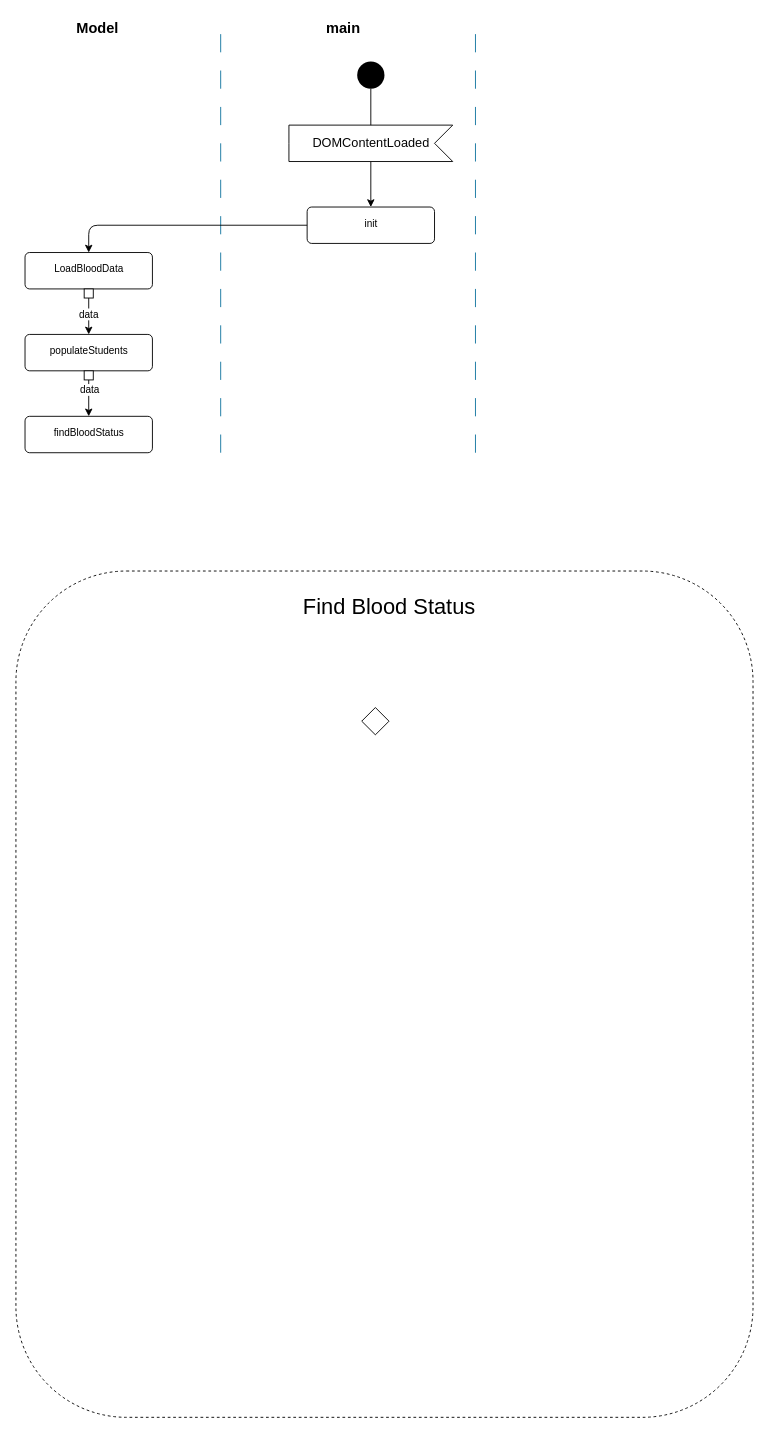
Zagoman/hacked-hogwarts keeps this draw.io diagram as diagrams/blood_status.drawio. Above is the earlier version. Source tidied: cells renumbered, new cells numbered last; positions are measured from the earlier drawing's top-left corner, leaving out a move shared by most shapes. Both pictures are drawn from the tidied source at 91%, with x=0, y=0 at pixel (15, 15).
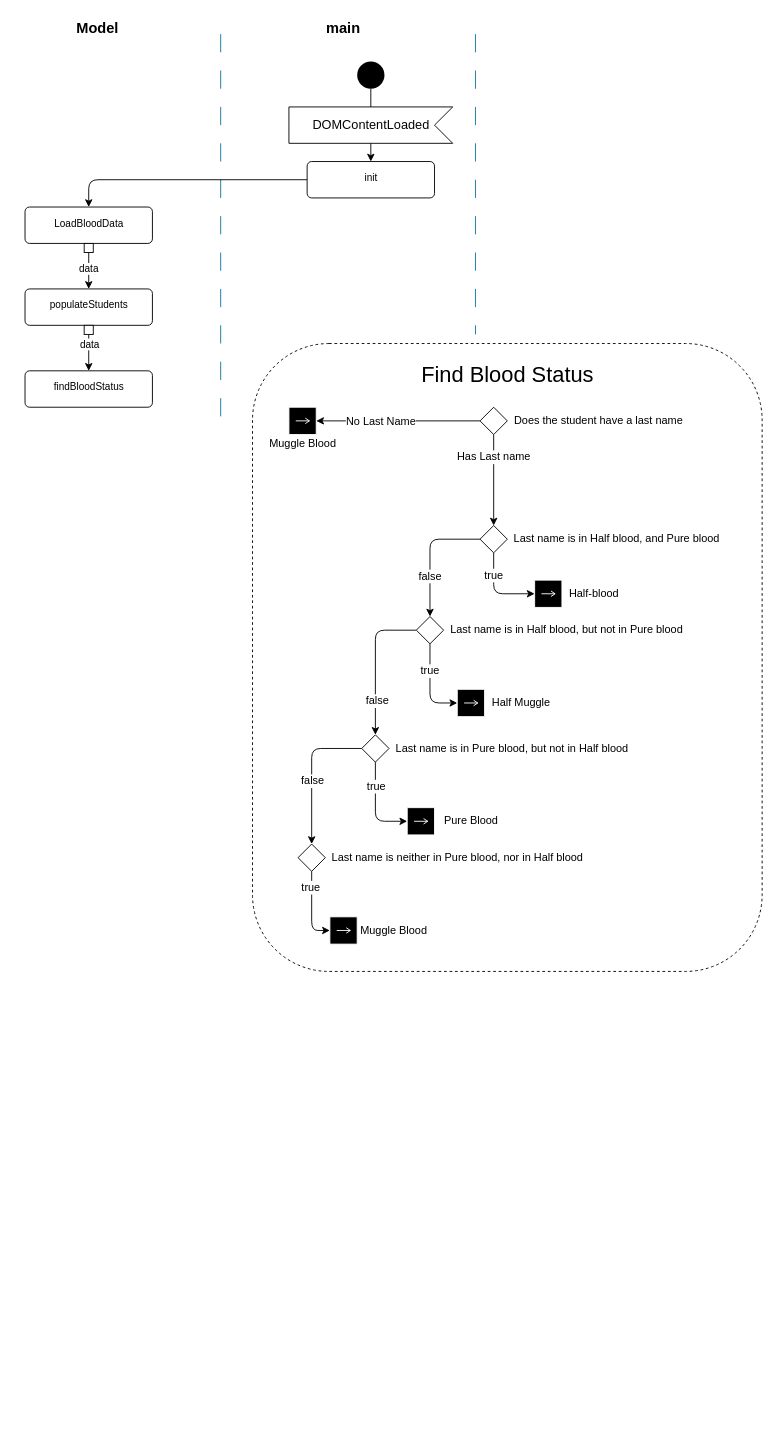
The same diagram, later.

Commit message (it also covers changes not shown here):
eliminate console logs

Diff of the diagram source:
```diff
@@
     <mxCell id="4" style="line;strokeWidth=1;direction=south;html=1;dashed=1;dashPattern=20 20;fillColor=#b1ddf0;strokeColor=#10739e;" parent="1" vertex="1">
-      <mxGeometry x="220" y="20" width="10" height="480" as="geometry" />
+      <mxGeometry x="220" y="20" width="10" height="430" as="geometry" />
     </mxCell>
@@
     <mxCell id="7" style="line;strokeWidth=1;direction=south;html=1;dashed=1;dashPattern=20 20;fillColor=#b1ddf0;strokeColor=#10739e;" parent="1" vertex="1">
-      <mxGeometry x="500" y="20" width="10" height="460" as="geometry" />
+      <mxGeometry x="500" y="20" width="10" height="330" as="geometry" />
     </mxCell>
     <mxCell id="8" value="&lt;font style=&quot;font-size: 11px&quot;&gt;init&lt;/font&gt;" style="html=1;align=center;verticalAlign=top;rounded=1;absoluteArcSize=1;arcSize=10;dashed=0;fontSize=16;" parent="1" vertex="1">
-      <mxGeometry x="320" y="210" width="140" height="40" as="geometry" />
+      <mxGeometry x="320" y="160" width="140" height="40" as="geometry" />
     </mxCell>
@@
     <mxCell id="11" value="&lt;font style=&quot;font-size: 11px&quot;&gt;LoadBloodData&lt;/font&gt;" style="html=1;align=center;verticalAlign=top;rounded=1;absoluteArcSize=1;arcSize=10;dashed=0;fontSize=16;" parent="1" vertex="1">
-      <mxGeometry x="10" y="260" width="140" height="40" as="geometry" />
+      <mxGeometry x="10" y="210" width="140" height="40" as="geometry" />
     </mxCell>
     <mxCell id="12" style="edgeStyle=none;html=1;entryX=0.5;entryY=0;entryDx=0;entryDy=0;fontSize=16;" parent="1" edge="1" source="8" target="11">
       <mxGeometry relative="1" as="geometry">
         <Array as="points">
-          <mxPoint x="80" y="230" />
+          <mxPoint x="80" y="180" />
         </Array>
       </mxGeometry>
     </mxCell>
@@
     <mxCell id="15" value="&lt;font style=&quot;font-size: 11px&quot;&gt;populateStudents&lt;/font&gt;" style="html=1;align=center;verticalAlign=top;rounded=1;absoluteArcSize=1;arcSize=10;dashed=0;fontSize=16;" parent="1" vertex="1">
-      <mxGeometry x="10" y="350" width="140" height="40" as="geometry" />
+      <mxGeometry x="10" y="300" width="140" height="40" as="geometry" />
     </mxCell>
     <mxCell id="16" value="DOMContentLoaded" style="html=1;shape=mxgraph.infographic.ribbonSimple;notch1=20;notch2=0;align=center;verticalAlign=middle;fontSize=14;fontStyle=0;flipH=1;fillColor=#FFFFFF;fontColor=#050505;" parent="1" vertex="1">
-      <mxGeometry x="300" y="120" width="180" height="40" as="geometry" />
+      <mxGeometry x="300" y="100" width="180" height="40" as="geometry" />
     </mxCell>
@@
     <mxCell id="18" value="&lt;font style=&quot;font-size: 11px&quot;&gt;findBloodStatus&lt;/font&gt;" style="html=1;align=center;verticalAlign=top;rounded=1;absoluteArcSize=1;arcSize=10;dashed=0;fontSize=16;" parent="1" vertex="1">
-      <mxGeometry x="10" y="440" width="140" height="40" as="geometry" />
+      <mxGeometry x="10" y="390" width="140" height="40" as="geometry" />
     </mxCell>
     <mxCell id="19" style="fillColor=#ffffff;strokeColor=#000000;fontSize=11;" parent="1" vertex="1">
-      <mxGeometry x="75" y="300" width="10" height="10" as="geometry" />
+      <mxGeometry x="75" y="250" width="10" height="10" as="geometry" />
     </mxCell>
@@
     <mxCell id="21" style="fillColor=#ffffff;strokeColor=#000000;fontSize=11;" parent="1" vertex="1">
-      <mxGeometry x="75" y="390" width="10" height="10" as="geometry" />
+      <mxGeometry x="75" y="340" width="10" height="10" as="geometry" />
     </mxCell>
@@
     <mxCell id="23" style="whiteSpace=wrap;html=1;dashed=1;fillColor=none;rounded=1;glass=0;" parent="1" vertex="1">
-      <mxGeometry y="610" width="810" height="930" as="geometry" />
+      <mxGeometry x="260" y="360" width="560" height="690" as="geometry" />
     </mxCell>
     <mxCell id="24" value="Find Blood Status" style="text;html=1;align=center;verticalAlign=middle;strokeColor=none;fillColor=none;fontSize=24;" parent="1" vertex="1">
-      <mxGeometry x="310" y="635" width="200" height="30" as="geometry" />
+      <mxGeometry x="440" y="380" width="200" height="30" as="geometry" />
     </mxCell>
+    <mxCell id="26" style="edgeStyle=none;html=1;fontSize=24;entryX=0.5;entryY=0;entryDx=0;entryDy=0;" parent="1" edge="1" source="25" target="36">
+      <mxGeometry relative="1" as="geometry" />
+    </mxCell>
+    <mxCell id="27" value="Has Last name" style="edgeLabel;html=1;align=center;verticalAlign=middle;fontSize=12;" parent="26" vertex="1">
+      <mxGeometry x="-0.53" y="-1" relative="1" as="geometry" />
+    </mxCell>
+    <mxCell id="28" style="edgeStyle=none;html=1;fontSize=12;entryX=1;entryY=0.5;entryDx=0;entryDy=0;" parent="1" edge="1" source="25" target="30">
+      <mxGeometry relative="1" as="geometry" />
+    </mxCell>
+    <mxCell id="29" value="No Last Name" style="edgeLabel;html=1;align=center;verticalAlign=middle;fontSize=12;" parent="28" vertex="1">
+      <mxGeometry x="0.62" relative="1" as="geometry">
+        <mxPoint x="36" as="offset" />
+      </mxGeometry>
+    </mxCell>
     <mxCell id="25" style="rhombus;rounded=0;glass=0;fontSize=24;fillColor=default;" parent="1" vertex="1">
-      <mxGeometry x="380" y="760" width="30" height="30" as="geometry" />
+      <mxGeometry x="510" y="430" width="30" height="30" as="geometry" />
     </mxCell>
+    <mxCell id="30" style="shape=mxgraph.uml25.inputPin;html=1;points=[[0,0.5],[1,0.5]];strokeColor=#ffffff;fillColor=#000000;flipH=1;rounded=0;glass=0;fontSize=12;" parent="1" vertex="1">
+      <mxGeometry x="300" y="430" width="30" height="30" as="geometry" />
+    </mxCell>
+    <mxCell id="31" value="Muggle Blood" style="text;html=1;align=center;verticalAlign=middle;strokeColor=none;fillColor=none;fontSize=12;" parent="1" vertex="1">
+      <mxGeometry x="270" y="460" width="90" height="20" as="geometry" />
+    </mxCell>
+    <mxCell id="32" style="edgeStyle=none;html=1;exitX=0.5;exitY=1;exitDx=0;exitDy=0;fontSize=12;entryX=0;entryY=0.5;entryDx=0;entryDy=0;" parent="1" edge="1" source="36" target="39">
+      <mxGeometry relative="1" as="geometry">
+        <Array as="points">
+          <mxPoint x="525" y="635" />
+        </Array>
+      </mxGeometry>
+    </mxCell>
+    <mxCell id="33" value="true" style="edgeLabel;html=1;align=center;verticalAlign=middle;fontSize=12;" parent="32" vertex="1">
+      <mxGeometry x="-0.46" y="-1" relative="1" as="geometry" />
+    </mxCell>
+    <mxCell id="34" style="edgeStyle=none;html=1;entryX=0.5;entryY=0;entryDx=0;entryDy=0;fontSize=12;" parent="1" edge="1" source="36" target="44">
+      <mxGeometry relative="1" as="geometry">
+        <Array as="points">
+          <mxPoint x="455" y="575" />
+        </Array>
+      </mxGeometry>
+    </mxCell>
+    <mxCell id="35" value="false" style="edgeLabel;html=1;align=center;verticalAlign=middle;fontSize=12;" parent="34" vertex="1">
+      <mxGeometry x="0.35" y="-1" relative="1" as="geometry" />
+    </mxCell>
+    <mxCell id="36" style="rhombus;rounded=0;glass=0;fontSize=12;fillColor=default;" parent="1" vertex="1">
+      <mxGeometry x="510" y="560" width="30" height="30" as="geometry" />
+    </mxCell>
+    <mxCell id="37" value="Does the student have a last name" style="text;html=1;align=center;verticalAlign=middle;strokeColor=none;fillColor=none;fontSize=12;" parent="1" vertex="1">
+      <mxGeometry x="540" y="435" width="200" height="20" as="geometry" />
+    </mxCell>
+    <mxCell id="38" value="Last name is in Half blood, and Pure blood" style="text;html=1;align=center;verticalAlign=middle;strokeColor=none;fillColor=none;fontSize=12;" parent="1" vertex="1">
+      <mxGeometry x="540" y="565" width="240" height="20" as="geometry" />
+    </mxCell>
+    <mxCell id="39" style="shape=mxgraph.uml25.inputPin;html=1;points=[[0,0.5],[1,0.5]];strokeColor=#ffffff;fillColor=#000000;flipH=1;rounded=0;glass=0;fontSize=12;" parent="1" vertex="1">
+      <mxGeometry x="570" y="620" width="30" height="30" as="geometry" />
+    </mxCell>
+    <mxCell id="40" value="Half-blood" style="text;html=1;align=center;verticalAlign=middle;strokeColor=none;fillColor=none;fontSize=12;" parent="1" vertex="1">
+      <mxGeometry x="600" y="625" width="70" height="20" as="geometry" />
+    </mxCell>
+    <mxCell id="41" value="true" style="edgeStyle=none;html=1;entryX=0;entryY=0.5;entryDx=0;entryDy=0;fontSize=12;" parent="1" edge="1" source="44" target="46">
+      <mxGeometry x="-0.37" relative="1" as="geometry">
+        <Array as="points">
+          <mxPoint x="455" y="755" />
+        </Array>
+      </mxGeometry>
+    </mxCell>
+    <mxCell id="42" style="edgeStyle=none;html=1;entryX=0.5;entryY=0;entryDx=0;entryDy=0;fontSize=12;" parent="1" edge="1" source="44" target="52">
+      <mxGeometry relative="1" as="geometry">
+        <Array as="points">
+          <mxPoint x="395" y="675" />
+        </Array>
+      </mxGeometry>
+    </mxCell>
+    <mxCell id="43" value="false" style="edgeLabel;html=1;align=center;verticalAlign=middle;fontSize=12;" parent="42" vertex="1">
+      <mxGeometry x="0.52" y="1" relative="1" as="geometry" />
+    </mxCell>
+    <mxCell id="44" style="rhombus;rounded=0;glass=0;fontSize=12;fillColor=default;" parent="1" vertex="1">
+      <mxGeometry x="440" y="660" width="30" height="30" as="geometry" />
+    </mxCell>
+    <mxCell id="45" value="Last name is in Half blood, but not in Pure blood" style="text;html=1;align=center;verticalAlign=middle;strokeColor=none;fillColor=none;fontSize=12;" parent="1" vertex="1">
+      <mxGeometry x="470" y="665" width="270" height="20" as="geometry" />
+    </mxCell>
+    <mxCell id="46" style="shape=mxgraph.uml25.inputPin;html=1;points=[[0,0.5],[1,0.5]];strokeColor=#ffffff;fillColor=#000000;flipH=1;rounded=0;glass=0;fontSize=12;" parent="1" vertex="1">
+      <mxGeometry x="485" y="740" width="30" height="30" as="geometry" />
+    </mxCell>
+    <mxCell id="47" value="Half Muggle" style="text;html=1;align=center;verticalAlign=middle;strokeColor=none;fillColor=none;fontSize=12;" parent="1" vertex="1">
+      <mxGeometry x="515" y="745" width="80" height="20" as="geometry" />
+    </mxCell>
+    <mxCell id="48" style="edgeStyle=none;html=1;entryX=0;entryY=0.5;entryDx=0;entryDy=0;fontSize=12;" parent="1" edge="1" source="52" target="54">
+      <mxGeometry relative="1" as="geometry">
+        <Array as="points">
+          <mxPoint x="395" y="885" />
+        </Array>
+      </mxGeometry>
+    </mxCell>
+    <mxCell id="49" value="true" style="edgeLabel;html=1;align=center;verticalAlign=middle;fontSize=12;" parent="48" vertex="1">
+      <mxGeometry x="-0.49" relative="1" as="geometry" />
+    </mxCell>
+    <mxCell id="50" style="edgeStyle=none;html=1;entryX=0.5;entryY=0;entryDx=0;entryDy=0;fontSize=12;" parent="1" edge="1" source="52" target="58">
+      <mxGeometry relative="1" as="geometry">
+        <Array as="points">
+          <mxPoint x="325" y="805" />
+        </Array>
+      </mxGeometry>
+    </mxCell>
+    <mxCell id="51" value="false" style="edgeLabel;html=1;align=center;verticalAlign=middle;fontSize=12;" parent="50" vertex="1">
+      <mxGeometry x="0.13" relative="1" as="geometry" />
+    </mxCell>
+    <mxCell id="52" style="rhombus;rounded=0;glass=0;fontSize=12;fillColor=default;" parent="1" vertex="1">
+      <mxGeometry x="380" y="790" width="30" height="30" as="geometry" />
+    </mxCell>
+    <mxCell id="53" value="Last name is in Pure blood, but not in Half blood" style="text;html=1;align=center;verticalAlign=middle;strokeColor=none;fillColor=none;fontSize=12;" parent="1" vertex="1">
+      <mxGeometry x="410" y="795" width="270" height="20" as="geometry" />
+    </mxCell>
+    <mxCell id="54" style="shape=mxgraph.uml25.inputPin;html=1;points=[[0,0.5],[1,0.5]];strokeColor=#ffffff;fillColor=#000000;flipH=1;rounded=0;glass=0;fontSize=12;" parent="1" vertex="1">
+      <mxGeometry x="430" y="870" width="30" height="30" as="geometry" />
+    </mxCell>
+    <mxCell id="55" value="Pure Blood" style="text;html=1;align=center;verticalAlign=middle;strokeColor=none;fillColor=none;fontSize=12;" parent="1" vertex="1">
+      <mxGeometry x="465" y="875" width="70" height="20" as="geometry" />
+    </mxCell>
+    <mxCell id="56" style="edgeStyle=none;html=1;entryX=0;entryY=0.5;entryDx=0;entryDy=0;fontSize=12;" parent="1" edge="1" source="58" target="60">
+      <mxGeometry relative="1" as="geometry">
+        <Array as="points">
+          <mxPoint x="325" y="1005" />
+        </Array>
+      </mxGeometry>
+    </mxCell>
+    <mxCell id="57" value="true" style="edgeLabel;html=1;align=center;verticalAlign=middle;fontSize=12;" parent="56" vertex="1">
+      <mxGeometry x="-0.61" y="-2" relative="1" as="geometry" />
+    </mxCell>
+    <mxCell id="58" style="rhombus;rounded=0;glass=0;fontSize=12;fillColor=default;" parent="1" vertex="1">
+      <mxGeometry x="310" y="910" width="30" height="30" as="geometry" />
+    </mxCell>
+    <mxCell id="59" value="Last name is neither in Pure blood, nor in Half blood" style="text;html=1;align=center;verticalAlign=middle;strokeColor=none;fillColor=none;fontSize=12;" parent="1" vertex="1">
+      <mxGeometry x="340" y="915" width="290" height="20" as="geometry" />
+    </mxCell>
+    <mxCell id="60" style="shape=mxgraph.uml25.inputPin;html=1;points=[[0,0.5],[1,0.5]];strokeColor=#ffffff;fillColor=#000000;flipH=1;rounded=0;glass=0;fontSize=12;" parent="1" vertex="1">
+      <mxGeometry x="345" y="990" width="30" height="30" as="geometry" />
+    </mxCell>
+    <mxCell id="61" value="Muggle Blood" style="text;html=1;align=center;verticalAlign=middle;strokeColor=none;fillColor=none;fontSize=12;" parent="1" vertex="1">
+      <mxGeometry x="370" y="995" width="90" height="20" as="geometry" />
+    </mxCell>
```
